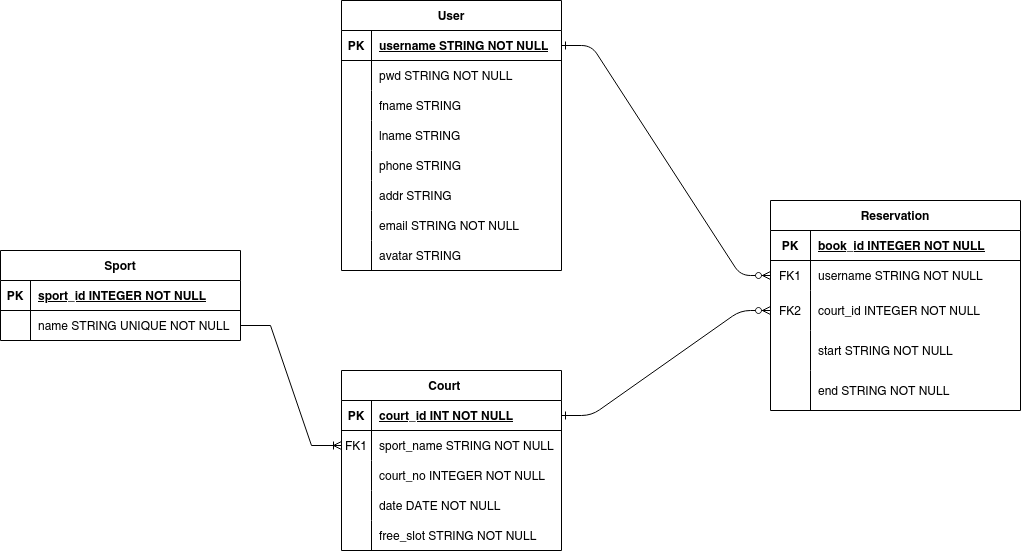
Before: uploads/PWP-BYC-diagram.png, a diagram exported from draw.io (tuminguyen/PWP). Source tidied: cells renumbered, new cells last; positions are measured from the earlier drawing's top-left corner, leaving out a move shared by most shapes.
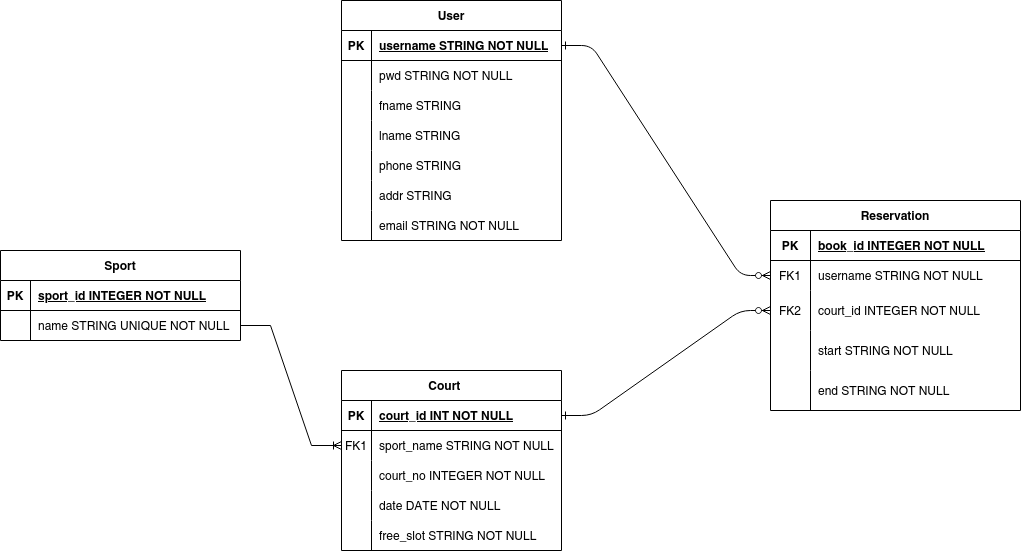
After the change.

Commit message:
upload the diagram in wiki page

What changed in the source:
```diff
@@ -123,7 +123,7 @@
       <mxGeometry x="30" width="190" height="30" as="geometry" />
     </mxCell>
     <mxCell id="42" value="User" style="shape=table;startSize=30;rowLines=0;fontStyle=1;align=center;" parent="1" vertex="1">
-      <mxGeometry x="341" width="220" height="270" as="geometry" />
+      <mxGeometry x="341" width="220" height="240" as="geometry" />
     </mxCell>
     <mxCell id="43" style="shape=tableRow;horizontal=0;startSize=0;swimlaneHead=0;swimlaneBody=0;fillColor=none;points=[[0,0.5],[1,0.5]];portConstraint=eastwest;top=0;left=0;right=0;bottom=1;" parent="42" vertex="1">
       <mxGeometry y="30" width="220" height="30" as="geometry" />
@@ -188,15 +188,6 @@
     <mxCell id="63" value="email STRING NOT NULL" style="shape=partialRectangle;fillColor=none;top=0;left=0;bottom=0;right=0;align=left;spacingLeft=6;overflow=hidden;" parent="61" vertex="1">
       <mxGeometry x="30" width="190" height="30" as="geometry" />
     </mxCell>
-    <mxCell id="64" style="shape=tableRow;horizontal=0;startSize=0;swimlaneHead=0;swimlaneBody=0;fillColor=none;top=0;left=0;right=0;bottom=0;" parent="42" vertex="1">
-      <mxGeometry y="240" width="220" height="30" as="geometry" />
-    </mxCell>
-    <mxCell id="65" style="shape=partialRectangle;fillColor=none;top=0;left=0;bottom=0;right=0;overflow=hidden;" parent="64" vertex="1">
-      <mxGeometry width="30" height="30" as="geometry" />
-    </mxCell>
-    <mxCell id="66" value="avatar STRING" style="shape=partialRectangle;fillColor=none;top=0;left=0;bottom=0;right=0;align=left;spacingLeft=6;overflow=hidden;" parent="64" vertex="1">
-      <mxGeometry x="30" width="190" height="30" as="geometry" />
-    </mxCell>
     <mxCell id="67" style="edgeStyle=entityRelationEdgeStyle;fontSize=12;html=1;endArrow=ERoneToMany;rounded=0;entryX=0;entryY=0.5;entryDx=0;entryDy=0;exitX=1;exitY=0.5;exitDx=0;exitDy=0;" parent="1" edge="1" source="7" target="30">
       <mxGeometry relative="1" as="geometry" />
     </mxCell>
```
